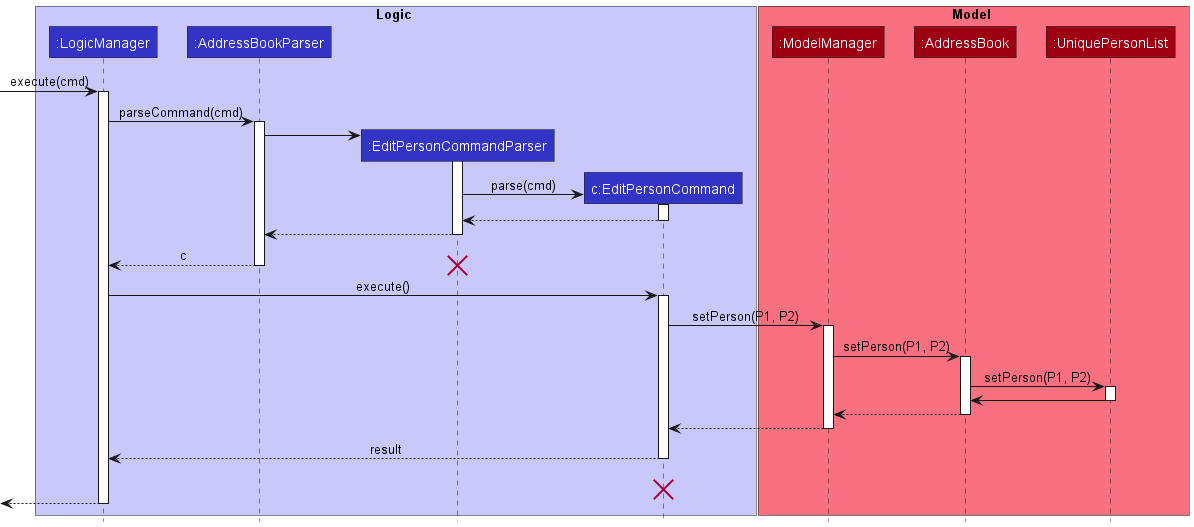
Above: docs/images/EditPersonSequenceDiagram.png in nus-cs2103-AY2223S1/tp (PlantUML), before the change.
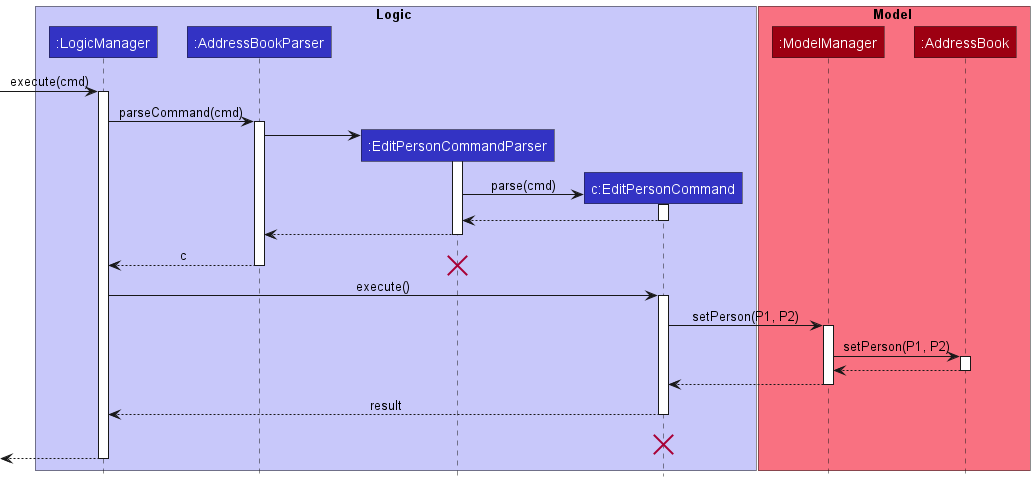
The same diagram one commit later.

What changed in the source:
```diff
@@ -11,7 +11,6 @@
 box Model MODEL_COLOR_T1
 participant ":ModelManager" as ModelManager MODEL_COLOR
 participant ":AddressBook" as AddressBook MODEL_COLOR
-participant ":UniquePersonList" as UniquePersonList MODEL_COLOR
 end box
 
 [-> LogicManager : execute(cmd)
@@ -47,12 +46,6 @@
 ModelManager -> AddressBook : setPerson(P1, P2)
 activate AddressBook
 
-AddressBook -> UniquePersonList : setPerson(P1, P2)
-activate UniquePersonList
-
-UniquePersonList -> AddressBook
-deactivate UniquePersonList
-
 AddressBook --> ModelManager :
 deactivate AddressBook
 
```
